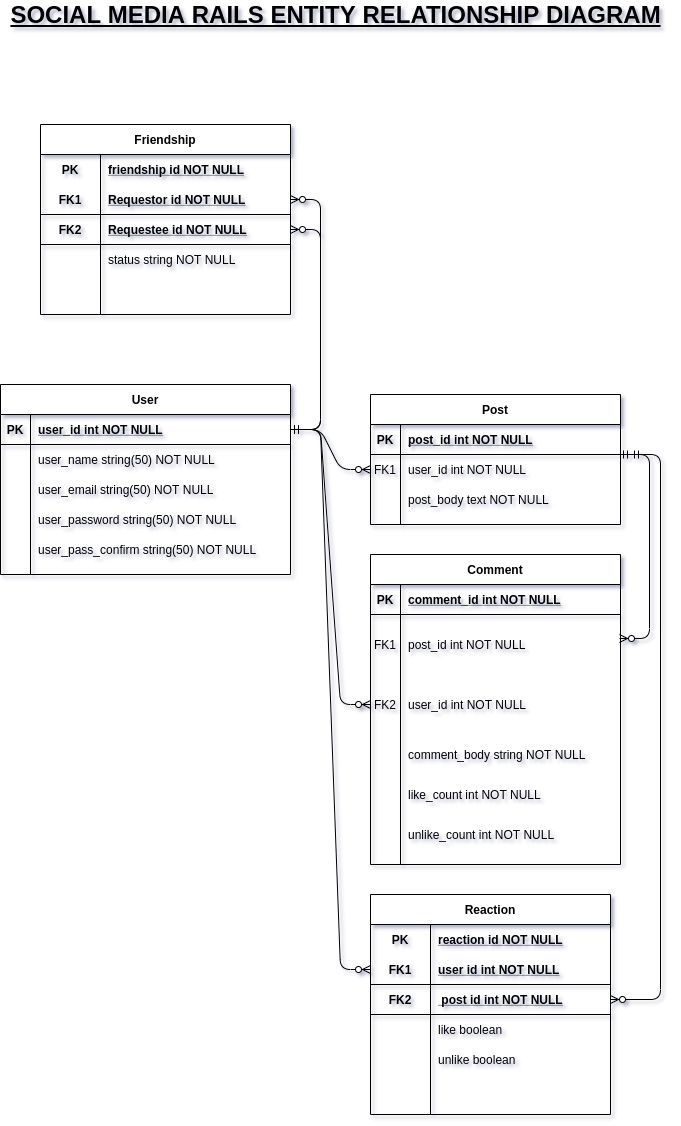
Earlier version of the draw.io export docs/ERD.png (oxenprogrammer/ror-social-scaffold). Source tidied: cells renumbered, new cells last; positions are measured from the earlier drawing's top-left corner, leaving out a move shared by most shapes.
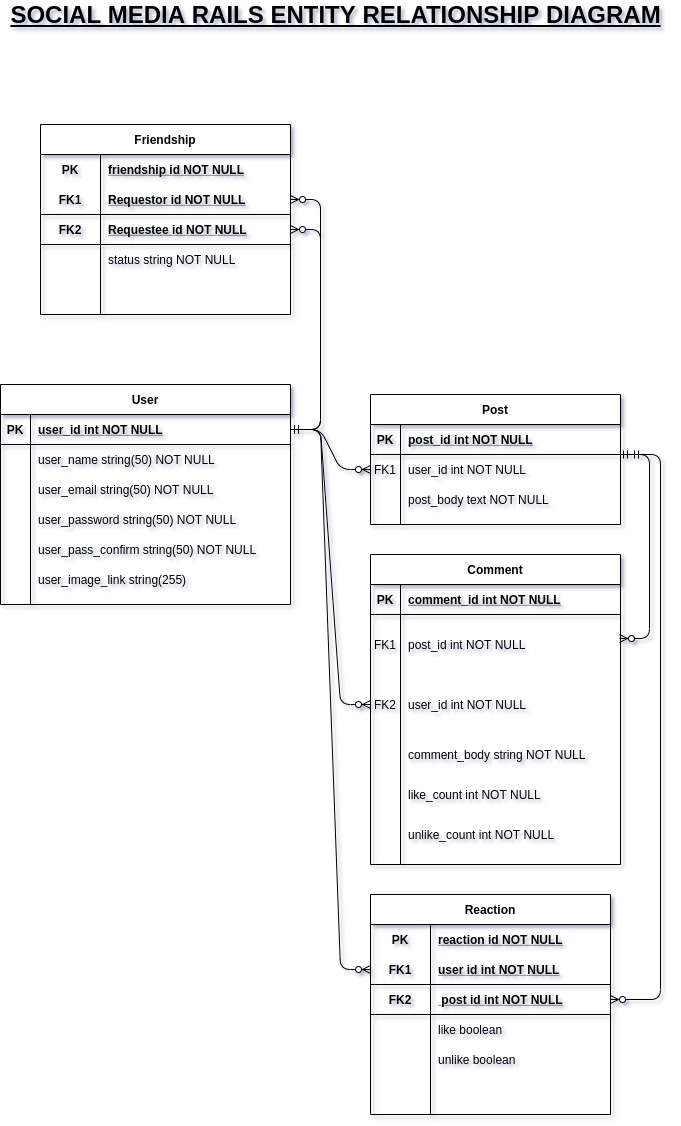
Later version of the same file.

Commit message:
feat(documentation): add column for user image

The edit, as a diff of the source:
```diff
@@ -93,7 +93,7 @@
       <mxGeometry x="30" width="220" height="40" as="geometry" />
     </mxCell>
     <mxCell id="32" value="User" style="shape=table;startSize=30;rowLines=0;fontStyle=1;align=center;" parent="1" vertex="1">
-      <mxGeometry y="380" width="290" height="190" as="geometry" />
+      <mxGeometry y="380" width="290" height="220" as="geometry" />
     </mxCell>
     <mxCell id="33" style="shape=partialRectangle;fillColor=none;points=[[0,0.5],[1,0.5]];portConstraint=eastwest;top=0;left=0;right=0;bottom=1;" parent="32" vertex="1">
       <mxGeometry y="30" width="290" height="30" as="geometry" />
@@ -140,6 +140,15 @@
     <mxCell id="47" value="user_pass_confirm string(50) NOT NULL" style="shape=partialRectangle;overflow=hidden;fillColor=none;top=0;left=0;bottom=0;right=0;align=left;spacingLeft=6;" parent="45" vertex="1">
       <mxGeometry x="30" width="260" height="30" as="geometry" />
     </mxCell>
+    <mxCell id="84" style="shape=partialRectangle;fillColor=none;top=0;left=0;right=0;bottom=0;" parent="32" vertex="1">
+      <mxGeometry y="180" width="290" height="30" as="geometry" />
+    </mxCell>
+    <mxCell id="85" style="shape=partialRectangle;overflow=hidden;fillColor=none;top=0;left=0;bottom=0;right=0;" parent="84" vertex="1">
+      <mxGeometry width="30" height="30" as="geometry" />
+    </mxCell>
+    <mxCell id="86" value="user_image_link string(255)" style="shape=partialRectangle;overflow=hidden;fillColor=none;top=0;left=0;bottom=0;right=0;align=left;spacingLeft=6;" parent="84" vertex="1">
+      <mxGeometry x="30" width="260" height="30" as="geometry" />
+    </mxCell>
     <mxCell id="48" style="edgeStyle=entityRelationEdgeStyle;fontSize=12;html=1;endArrow=ERzeroToMany;startArrow=ERmandOne;exitX=1;exitY=0.5;exitDx=0;exitDy=0;entryX=0;entryY=0.5;entryDx=0;entryDy=0;" parent="1" edge="1" source="33" target="20">
       <mxGeometry relative="1" as="geometry" />
     </mxCell>
```
